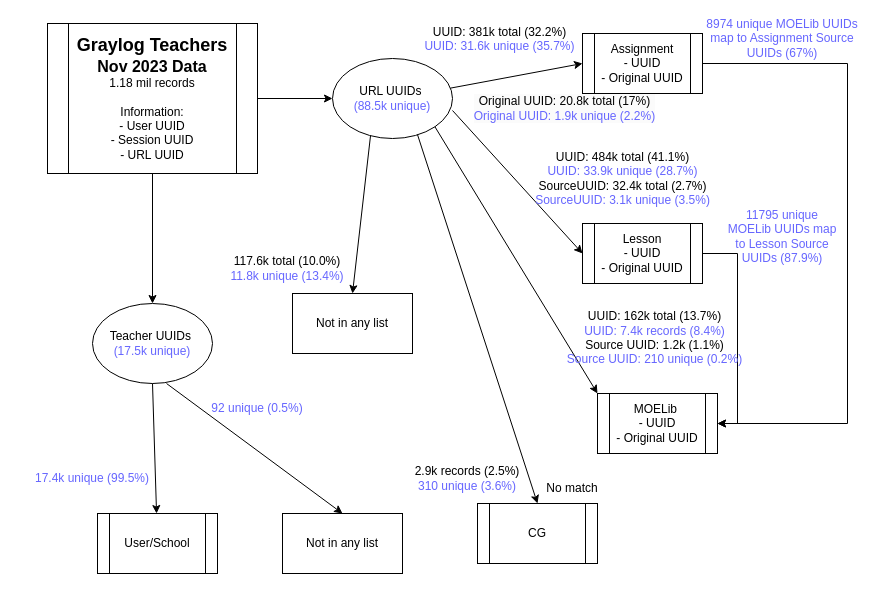
Before: Graylog Teachers.drawio in munglin/psychological, a draw.io diagram. Source tidied: cells renumbered, new cells numbered last; positions are measured from the earlier drawing's top-left corner, leaving out a move shared by most shapes. Both pictures are drawn from the tidied source at 100%, with x=0, y=0 at pixel (27, 23).
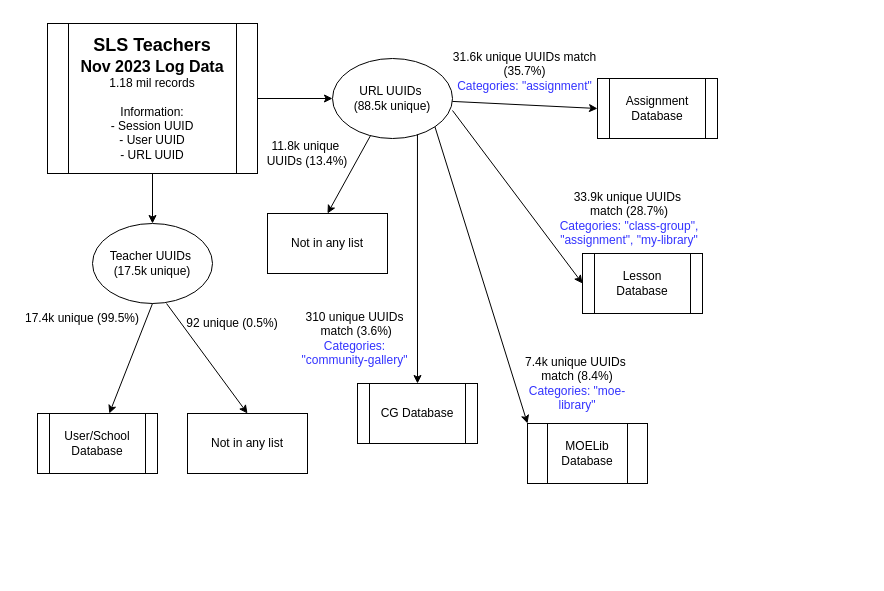
After the change.

Change to the diagram source:
```diff
@@
-    <mxCell id="4" value="&lt;font style=&quot;font-size: 18px;&quot;&gt;&lt;b&gt;Graylog Teachers&lt;/b&gt;&lt;/font&gt;&lt;div&gt;&lt;font size=&quot;3&quot;&gt;&lt;b&gt;Nov 2023 Data&lt;/b&gt;&lt;/font&gt;&lt;/div&gt;&lt;div&gt;1.18 mil records&lt;/div&gt;&lt;div&gt;&lt;br&gt;&lt;/div&gt;&lt;div&gt;Information:&lt;br&gt;- User UUID&lt;/div&gt;&lt;div&gt;- Session UUID&lt;/div&gt;&lt;div&gt;- URL UUID&lt;/div&gt;" style="shape=process;whiteSpace=wrap;html=1;backgroundOutline=1;" parent="1" vertex="1">
+    <mxCell id="4" value="&lt;font style=&quot;font-size: 18px;&quot;&gt;&lt;b&gt;SLS Teachers&lt;/b&gt;&lt;/font&gt;&lt;div&gt;&lt;font size=&quot;3&quot;&gt;&lt;b&gt;Nov 2023 Log Data&lt;/b&gt;&lt;/font&gt;&lt;/div&gt;&lt;div&gt;1.18 mil records&lt;/div&gt;&lt;div&gt;&lt;br&gt;&lt;/div&gt;&lt;div&gt;Information:&lt;br&gt;&lt;div&gt;- Session UUID&lt;/div&gt;- User UUID&lt;/div&gt;&lt;div&gt;&lt;span style=&quot;background-color: initial;&quot;&gt;- URL UUID&lt;/span&gt;&lt;br&gt;&lt;/div&gt;" style="shape=process;whiteSpace=wrap;html=1;backgroundOutline=1;" parent="1" vertex="1">
       <mxGeometry x="20" width="210" height="150" as="geometry" />
     </mxCell>
-    <mxCell id="5" value="URL UUIDs&amp;nbsp;&lt;div&gt;&lt;font color=&quot;#6666ff&quot;&gt;(88.5k unique)&lt;/font&gt;&lt;/div&gt;" style="ellipse;whiteSpace=wrap;html=1;" parent="1" vertex="1">
+    <mxCell id="5" value="URL UUIDs&amp;nbsp;&lt;div&gt;(88.5k unique)&lt;/div&gt;" style="ellipse;whiteSpace=wrap;html=1;" parent="1" vertex="1">
       <mxGeometry x="305" y="35" width="120" height="80" as="geometry" />
     </mxCell>
-    <mxCell id="6" value="Teacher UUIDs&amp;nbsp;&lt;div&gt;&lt;font color=&quot;#6666ff&quot;&gt;(17.5k unique)&lt;/font&gt;&lt;/div&gt;" style="ellipse;whiteSpace=wrap;html=1;" parent="1" vertex="1">
-      <mxGeometry x="65" y="280" width="120" height="80" as="geometry" />
+    <mxCell id="6" value="Teacher UUIDs&amp;nbsp;&lt;div&gt;(17.5k unique)&lt;/div&gt;" style="ellipse;whiteSpace=wrap;html=1;" parent="1" vertex="1">
+      <mxGeometry x="65" y="200" width="120" height="80" as="geometry" />
     </mxCell>
-    <mxCell id="7" style="edgeStyle=orthogonalEdgeStyle;rounded=0;jettySize=auto;html=1;entryX=1;entryY=0.5;entryDx=0;entryDy=0;" parent="1" edge="1" source="8" target="11">
-      <mxGeometry relative="1" as="geometry">
-        <Array as="points">
-          <mxPoint x="820" y="40" />
-          <mxPoint x="820" y="400" />
-        </Array>
-      </mxGeometry>
-    </mxCell>
-    <mxCell id="8" value="Assignment&lt;div&gt;&lt;div&gt;- UUID&lt;/div&gt;&lt;/div&gt;&lt;div&gt;- Original UUID&lt;/div&gt;" style="shape=process;whiteSpace=wrap;html=1;backgroundOutline=1;" parent="1" vertex="1">
-      <mxGeometry x="555" y="10" width="120" height="60" as="geometry" />
+    <mxCell id="8" value="Assignment Database" style="shape=process;whiteSpace=wrap;html=1;backgroundOutline=1;" parent="1" vertex="1">
+      <mxGeometry x="570" y="55" width="120" height="60" as="geometry" />
     </mxCell>
-    <mxCell id="9" style="edgeStyle=orthogonalEdgeStyle;rounded=0;jettySize=auto;html=1;entryX=1;entryY=0.5;entryDx=0;entryDy=0;" parent="1" edge="1" source="10" target="11">
-      <mxGeometry relative="1" as="geometry">
-        <Array as="points">
-          <mxPoint x="710" y="230" />
-          <mxPoint x="710" y="400" />
-        </Array>
-      </mxGeometry>
-    </mxCell>
-    <mxCell id="10" value="Lesson&lt;div&gt;- UUID&lt;/div&gt;&lt;div&gt;- Original UUID&lt;/div&gt;" style="shape=process;whiteSpace=wrap;html=1;backgroundOutline=1;" parent="1" vertex="1">
-      <mxGeometry x="555" y="200" width="120" height="60" as="geometry" />
+    <mxCell id="10" value="Lesson&lt;div&gt;Database&lt;/div&gt;" style="shape=process;whiteSpace=wrap;html=1;backgroundOutline=1;" parent="1" vertex="1">
+      <mxGeometry x="555" y="230" width="120" height="60" as="geometry" />
     </mxCell>
-    <mxCell id="11" value="MOELib&amp;nbsp;&lt;div&gt;- UUID&lt;/div&gt;&lt;div&gt;- Original UUID&lt;/div&gt;" style="shape=process;whiteSpace=wrap;html=1;backgroundOutline=1;" parent="1" vertex="1">
-      <mxGeometry x="570" y="370" width="120" height="60" as="geometry" />
+    <mxCell id="11" value="MOELib Database" style="shape=process;whiteSpace=wrap;html=1;backgroundOutline=1;size=0.16666666666666666;" parent="1" vertex="1">
+      <mxGeometry x="500" y="400" width="120" height="60" as="geometry" />
     </mxCell>
-    <mxCell id="12" value="CG" style="shape=process;whiteSpace=wrap;html=1;backgroundOutline=1;" parent="1" vertex="1">
-      <mxGeometry x="450" y="480" width="120" height="60" as="geometry" />
+    <mxCell id="12" value="CG Database" style="shape=process;whiteSpace=wrap;html=1;backgroundOutline=1;" parent="1" vertex="1">
+      <mxGeometry x="330" y="360" width="120" height="60" as="geometry" />
     </mxCell>
@@
     <mxCell id="17" value="Not in any list" style="rounded=0;whiteSpace=wrap;html=1;" parent="1" vertex="1">
-      <mxGeometry x="265" y="270" width="120" height="60" as="geometry" />
+      <mxGeometry x="240" y="190" width="120" height="60" as="geometry" />
     </mxCell>
@@
-    <mxCell id="19" value="&lt;div&gt;&lt;span style=&quot;background-color: initial; caret-color: rgb(102, 102, 255);&quot;&gt;UUID: 381k total (32.2%)&lt;/span&gt;&lt;br&gt;&lt;/div&gt;&lt;div&gt;&lt;span style=&quot;color: rgb(102, 102, 255); background-color: initial; caret-color: rgb(102, 102, 255);&quot;&gt;UUID: 31.6k unique (35.7%)&lt;/span&gt;&lt;br&gt;&lt;/div&gt;&lt;div&gt;&lt;br&gt;&lt;/div&gt;" style="text;html=1;align=center;verticalAlign=middle;whiteSpace=wrap;rounded=0;" parent="1" vertex="1">
-      <mxGeometry x="385" y="5" width="175" height="35" as="geometry" />
+    <mxCell id="19" value="&lt;div&gt;&lt;span style=&quot;background-color: initial; caret-color: rgb(102, 102, 255);&quot;&gt;31.6k unique UUIDs match (35.7%)&lt;/span&gt;&lt;br&gt;&lt;/div&gt;&lt;div&gt;&lt;font color=&quot;#3333ff&quot;&gt;Categories: &quot;assignment&quot;&lt;/font&gt;&lt;/div&gt;" style="text;html=1;align=center;verticalAlign=middle;whiteSpace=wrap;rounded=0;" parent="1" vertex="1">
+      <mxGeometry x="410" y="30" width="175" height="35" as="geometry" />
     </mxCell>
-    <mxCell id="20" value="&lt;div&gt;&lt;span style=&quot;background-color: initial;&quot;&gt;UUID: 484k total (41.1%)&lt;/span&gt;&lt;br&gt;&lt;/div&gt;&lt;div&gt;&lt;span style=&quot;background-color: initial; color: rgb(102, 102, 255);&quot;&gt;UUID: 33.9k unique (28.7%)&lt;/span&gt;&lt;br&gt;&lt;/div&gt;&lt;div&gt;&lt;div&gt;&lt;span style=&quot;background-color: initial;&quot;&gt;SourceUUID: 32.4k total (2.7%)&lt;/span&gt;&lt;br&gt;&lt;/div&gt;&lt;div&gt;&lt;span style=&quot;background-color: initial; color: rgb(102, 102, 255);&quot;&gt;SourceUUID: 3.1k unique (3.5%)&lt;/span&gt;&lt;/div&gt;&lt;/div&gt;" style="text;html=1;align=center;verticalAlign=middle;whiteSpace=wrap;rounded=0;" parent="1" vertex="1">
-      <mxGeometry x="462.5" y="140" width="265" height="30" as="geometry" />
+    <mxCell id="20" value="&lt;div&gt;&lt;span style=&quot;background-color: initial;&quot;&gt;33.9k unique UUIDs&amp;nbsp;&lt;/span&gt;&lt;/div&gt;&lt;div&gt;&lt;span style=&quot;background-color: initial;&quot;&gt;match (28.7%)&lt;/span&gt;&lt;br&gt;&lt;/div&gt;&lt;div&gt;&lt;span style=&quot;background-color: initial;&quot;&gt;&lt;font color=&quot;#3333ff&quot;&gt;Categories: &quot;class-group&quot;, &quot;assignment&quot;, &quot;my-library&quot;&lt;/font&gt;&lt;/span&gt;&lt;/div&gt;" style="text;html=1;align=center;verticalAlign=middle;whiteSpace=wrap;rounded=0;" parent="1" vertex="1">
+      <mxGeometry x="527.5" y="180" width="147.5" height="30" as="geometry" />
     </mxCell>
-    <mxCell id="21" value="&lt;div&gt;&lt;span style=&quot;color: rgb(102, 102, 255); background-color: initial;&quot;&gt;&lt;br&gt;&lt;/span&gt;&lt;/div&gt;&lt;div&gt;&lt;div&gt;&lt;br&gt;&lt;/div&gt;&lt;/div&gt;&lt;div&gt;&lt;span style=&quot;background-color: initial;&quot;&gt;UUID: 162k total (13.7%)&lt;/span&gt;&lt;br&gt;&lt;/div&gt;&lt;div&gt;&lt;span style=&quot;color: rgb(102, 102, 255); background-color: initial;&quot;&gt;UUID: 7.4k records (8.4%)&lt;/span&gt;&lt;br&gt;&lt;/div&gt;&lt;div&gt;Source UUID: 1.2k (1.1%)&lt;/div&gt;&lt;div&gt;&lt;div&gt;&lt;span style=&quot;color: rgb(102, 102, 255); background-color: initial;&quot;&gt;Source UUID: 210 unique (0.2%)&lt;/span&gt;&lt;br&gt;&lt;/div&gt;&lt;/div&gt;" style="text;html=1;align=center;verticalAlign=middle;whiteSpace=wrap;rounded=0;" parent="1" vertex="1">
-      <mxGeometry x="530" y="270" width="195" height="60" as="geometry" />
+    <mxCell id="21" value="&lt;div&gt;&lt;span style=&quot;background-color: initial;&quot;&gt;7.4k unique UUIDs&amp;nbsp;&lt;/span&gt;&lt;br&gt;&lt;/div&gt;&lt;div&gt;&lt;span style=&quot;background-color: initial;&quot;&gt;match (8.4%)&lt;/span&gt;&lt;br&gt;&lt;/div&gt;&lt;div&gt;&lt;span style=&quot;background-color: initial;&quot;&gt;&lt;font color=&quot;#3333ff&quot;&gt;Categories: &quot;moe-library&quot;&lt;/font&gt;&lt;/span&gt;&lt;/div&gt;" style="text;html=1;align=center;verticalAlign=middle;whiteSpace=wrap;rounded=0;" parent="1" vertex="1">
+      <mxGeometry x="490" y="330" width="120" height="60" as="geometry" />
     </mxCell>
-    <mxCell id="22" value="&lt;div&gt;&lt;font style=&quot;background-color: initial;&quot;&gt;117.6k total (10.0%)&lt;/font&gt;&lt;/div&gt;&lt;div&gt;&lt;font style=&quot;background-color: initial;&quot; color=&quot;#6666ff&quot;&gt;11.8k unique&amp;nbsp;&lt;/font&gt;&lt;span style=&quot;background-color: initial; color: rgb(102, 102, 255);&quot;&gt;(13.4%)&lt;/span&gt;&lt;/div&gt;" style="text;html=1;align=center;verticalAlign=middle;whiteSpace=wrap;rounded=0;" parent="1" vertex="1">
-      <mxGeometry x="170" y="230" width="180" height="30" as="geometry" />
+    <mxCell id="22" value="&lt;div&gt;&lt;font style=&quot;background-color: initial;&quot;&gt;11.8k unique&amp;nbsp;&lt;/font&gt;&lt;/div&gt;&lt;div&gt;&lt;font style=&quot;background-color: initial;&quot;&gt;UUIDs&amp;nbsp;&lt;/font&gt;&lt;span style=&quot;background-color: initial;&quot;&gt;(13.4%)&lt;/span&gt;&lt;br&gt;&lt;/div&gt;" style="text;html=1;align=center;verticalAlign=middle;whiteSpace=wrap;rounded=0;" parent="1" vertex="1">
+      <mxGeometry x="230" y="115" width="100" height="30" as="geometry" />
     </mxCell>
-    <mxCell id="23" value="User/School" style="shape=process;whiteSpace=wrap;html=1;backgroundOutline=1;" parent="1" vertex="1">
-      <mxGeometry x="70" y="490" width="120" height="60" as="geometry" />
+    <mxCell id="23" value="User/School&lt;div&gt;Database&lt;/div&gt;" style="shape=process;whiteSpace=wrap;html=1;backgroundOutline=1;" parent="1" vertex="1">
+      <mxGeometry x="10" y="390" width="120" height="60" as="geometry" />
     </mxCell>
@@
-    <mxCell id="25" value="&lt;font color=&quot;#6666ff&quot;&gt;17.4k unique (99.5%)&lt;/font&gt;" style="text;html=1;align=center;verticalAlign=middle;whiteSpace=wrap;rounded=0;" parent="1" vertex="1">
-      <mxGeometry y="440" width="130" height="30" as="geometry" />
+    <mxCell id="25" value="17.4k unique (99.5%)" style="text;html=1;align=center;verticalAlign=middle;whiteSpace=wrap;rounded=0;" parent="1" vertex="1">
+      <mxGeometry x="-10" y="280" width="130" height="30" as="geometry" />
     </mxCell>
     <mxCell id="26" value="Not in any list" style="rounded=0;whiteSpace=wrap;html=1;" parent="1" vertex="1">
-      <mxGeometry x="255" y="490" width="120" height="60" as="geometry" />
+      <mxGeometry x="160" y="390" width="120" height="60" as="geometry" />
     </mxCell>
@@
-    <mxCell id="28" value="&lt;font color=&quot;#6666ff&quot;&gt;92 unique (0.5%)&lt;/font&gt;" style="text;html=1;align=center;verticalAlign=middle;whiteSpace=wrap;rounded=0;" parent="1" vertex="1">
-      <mxGeometry x="175" y="370" width="110" height="30" as="geometry" />
+    <mxCell id="28" value="92 unique (0.5%)" style="text;html=1;align=center;verticalAlign=middle;whiteSpace=wrap;rounded=0;" parent="1" vertex="1">
+      <mxGeometry x="150" y="285" width="110" height="30" as="geometry" />
     </mxCell>
-    <mxCell id="29" value="No match" style="text;html=1;align=center;verticalAlign=middle;whiteSpace=wrap;rounded=0;" parent="1" vertex="1">
-      <mxGeometry x="485" y="450" width="120" height="30" as="geometry" />
-    </mxCell>
-    <mxCell id="30" value="&lt;font color=&quot;#6666ff&quot;&gt;8974 unique MOELib UUIDs map to Assignment Source UUIDs (67%)&lt;/font&gt;" style="text;html=1;align=center;verticalAlign=middle;whiteSpace=wrap;rounded=0;" parent="1" vertex="1">
-      <mxGeometry x="670" width="170" height="30" as="geometry" />
-    </mxCell>
-    <mxCell id="31" value="&lt;font color=&quot;#6666ff&quot;&gt;11795 unique MOELib UUIDs map to Lesson Source UUIDs (87.9%)&lt;/font&gt;" style="text;html=1;align=center;verticalAlign=middle;whiteSpace=wrap;rounded=0;" parent="1" vertex="1">
-      <mxGeometry x="695" y="210" width="120" height="5" as="geometry" />
-    </mxCell>
-    <mxCell id="32" value="&lt;div&gt;&lt;span style=&quot;background-color: initial;&quot;&gt;2.9k records (2.5%)&lt;/span&gt;&lt;/div&gt;&lt;div&gt;&lt;span style=&quot;color: rgb(102, 102, 255); background-color: initial;&quot;&gt;310 unique (3.6%)&lt;/span&gt;&lt;/div&gt;" style="text;html=1;align=center;verticalAlign=middle;whiteSpace=wrap;rounded=0;" parent="1" vertex="1">
-      <mxGeometry x="350" y="440" width="180" height="30" as="geometry" />
+    <mxCell id="32" value="&lt;div&gt;&lt;span style=&quot;background-color: initial;&quot;&gt;310 unique UUIDs&lt;/span&gt;&lt;/div&gt;&lt;div&gt;&lt;span style=&quot;background-color: initial;&quot;&gt;&amp;nbsp;match (3.6%)&lt;/span&gt;&lt;/div&gt;&lt;div&gt;&lt;span style=&quot;color: rgb(51, 51, 255); background-color: initial;&quot;&gt;Categories: &quot;community-gallery&quot;&lt;/span&gt;&lt;br&gt;&lt;/div&gt;" style="text;html=1;align=center;verticalAlign=middle;whiteSpace=wrap;rounded=0;" parent="1" vertex="1">
+      <mxGeometry x="270" y="300" width="115" height="30" as="geometry" />
     </mxCell>
-    <mxCell id="33" value="&lt;div style=&quot;forced-color-adjust: none; color: rgb(0, 0, 0); font-family: Helvetica; font-size: 12px; font-style: normal; font-variant-ligatures: normal; font-variant-caps: normal; font-weight: 400; letter-spacing: normal; orphans: 2; text-align: center; text-indent: 0px; text-transform: none; widows: 2; word-spacing: 0px; -webkit-text-stroke-width: 0px; white-space: normal; background-color: rgb(251, 251, 251); text-decoration-thickness: initial; text-decoration-style: initial; text-decoration-color: initial;&quot;&gt;Original UUID: 20.8k total (17%)&lt;br&gt;&lt;/div&gt;&lt;div style=&quot;forced-color-adjust: none; color: rgb(0, 0, 0); font-family: Helvetica; font-size: 12px; font-style: normal; font-variant-ligatures: normal; font-variant-caps: normal; font-weight: 400; letter-spacing: normal; orphans: 2; text-align: center; text-indent: 0px; text-transform: none; widows: 2; word-spacing: 0px; -webkit-text-stroke-width: 0px; white-space: normal; background-color: rgb(251, 251, 251); text-decoration-thickness: initial; text-decoration-style: initial; text-decoration-color: initial;&quot;&gt;&lt;font style=&quot;forced-color-adjust: none;&quot; color=&quot;#6666ff&quot;&gt;Original UUID: 1.9k unique (2.2%)&lt;/font&gt;&lt;/div&gt;" style="text;html=1;align=center;verticalAlign=middle;whiteSpace=wrap;rounded=0;" parent="1" vertex="1">
-      <mxGeometry x="440" y="60" width="195" height="50" as="geometry" />
-    </mxCell>
```
